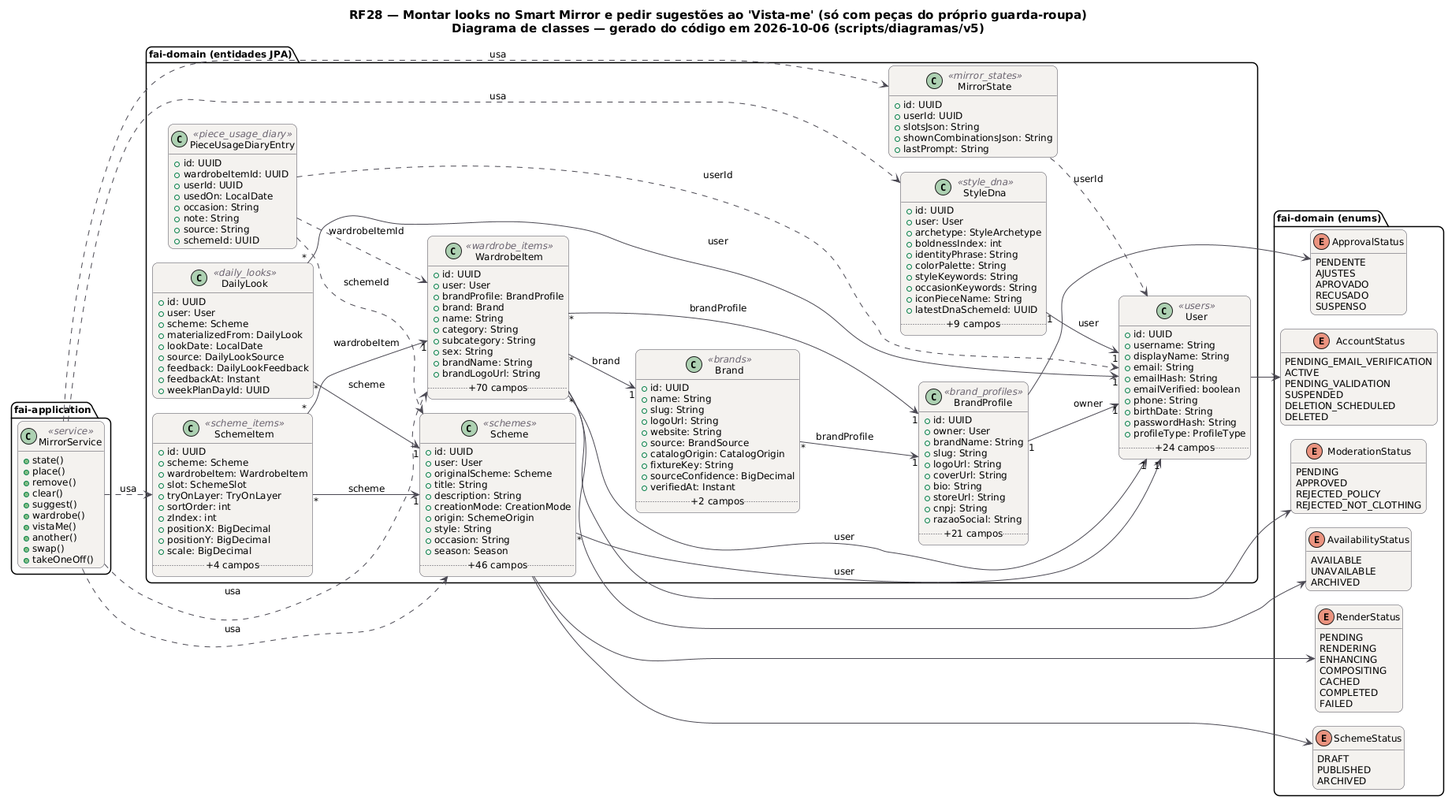
MatheusHaliski/tcc-2026-fashion-ai-backend keeps this PlantUML diagram as docs/diagramas/RF28/RF28_Classes.png. Above is the earlier version.
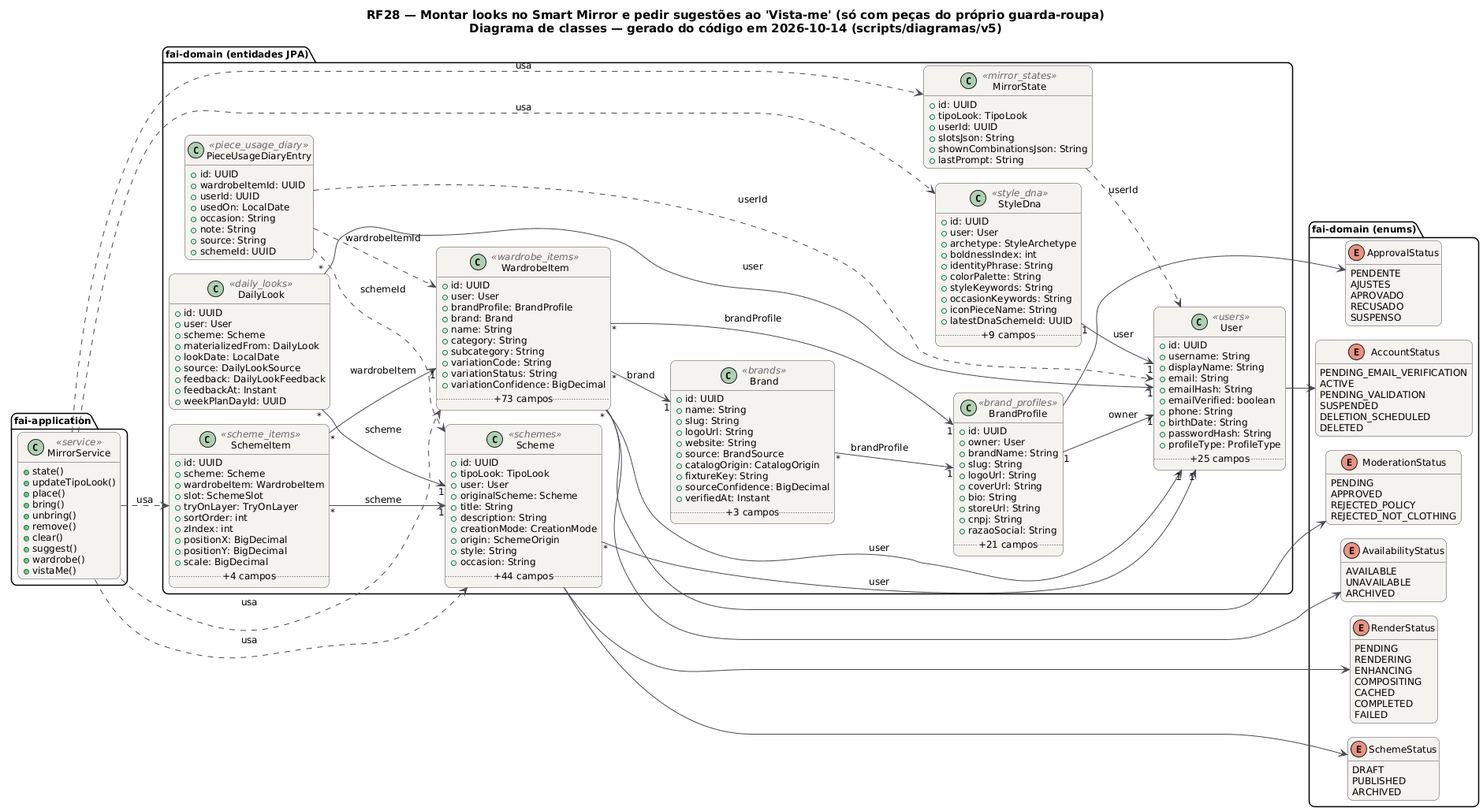
Above is the later version.

Change to the diagram source:
```diff
@@ -20,7 +20,7 @@
 }
 hide empty members
 left to right direction
-title RF28 — Montar looks no Smart Mirror e pedir sugestões ao 'Vista-me' (só com peças do próprio guarda-roupa)\nDiagrama de classes — gerado do código em 2026-10-06 (scripts/diagramas/v5)
+title RF28 — Montar looks no Smart Mirror e pedir sugestões ao 'Vista-me' (só com peças do próprio guarda-roupa)\nDiagrama de classes — gerado do código em 2026-10-14 (scripts/diagramas/v5)
 
 package "fai-domain (entidades JPA)" {
   class Brand <<brands>> {
@@ -34,7 +34,7 @@
     +fixtureKey: String
     +sourceConfidence: BigDecimal
     +verifiedAt: Instant
-    .. +2 campos ..
+    .. +3 campos ..
   }
   class BrandProfile <<brand_profiles>> {
     +id: UUID
@@ -62,6 +62,7 @@
   }
   class MirrorState <<mirror_states>> {
     +id: UUID
+    +tipoLook: TipoLook
     +userId: UUID
     +slotsJson: String
     +shownCombinationsJson: String
@@ -79,6 +80,7 @@
   }
   class Scheme <<schemes>> {
     +id: UUID
+    +tipoLook: TipoLook
     +user: User
     +originalScheme: Scheme
     +title: String
@@ -87,8 +89,7 @@
     +origin: SchemeOrigin
     +style: String
     +occasion: String
-    +season: Season
-    .. +46 campos ..
+    .. +44 campos ..
   }
   class SchemeItem <<scheme_items>> {
     +id: UUID
@@ -127,7 +128,7 @@
     +birthDate: String
     +passwordHash: String
     +profileType: ProfileType
-    .. +24 campos ..
+    .. +25 campos ..
   }
   class WardrobeItem <<wardrobe_items>> {
     +id: UUID
@@ -137,10 +138,10 @@
     +name: String
     +category: String
     +subcategory: String
-    +sex: String
-    +brandName: String
-    +brandLogoUrl: String
-    .. +70 campos ..
+    +variationCode: String
+    +variationStatus: String
+    +variationConfidence: BigDecimal
+    .. +73 campos ..
   }
 }
 package "fai-domain (enums)" {
@@ -188,15 +189,15 @@
 package "fai-application" {
   class MirrorService <<service>> {
     +state()
+    +updateTipoLook()
     +place()
+    +bring()
+    +unbring()
     +remove()
     +clear()
     +suggest()
     +wardrobe()
     +vistaMe()
-    +another()
-    +swap()
-    +takeOneOff()
   }
 }
 MirrorService ..> MirrorState : usa
```
